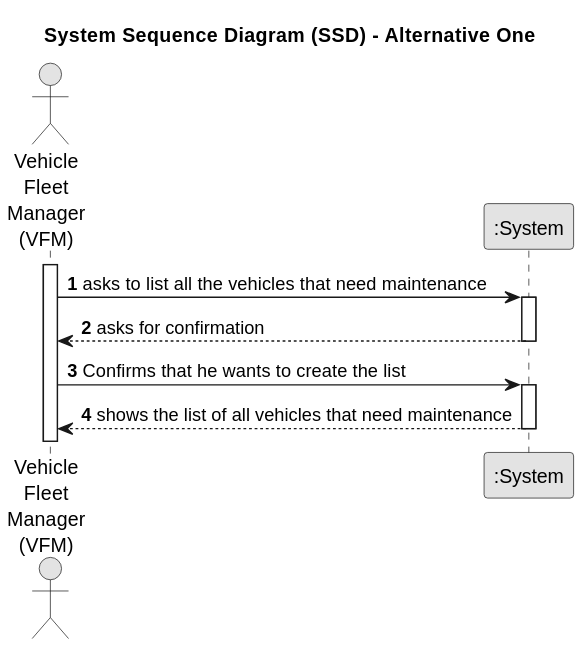
The PlantUML diagram docs/sprintB/us008/01.requirements-engineering/svg/us008-system-sequence-diagram-alternative-one.svg in diogoveirospro/lei-24-s2-1dg-g072, before a commit.
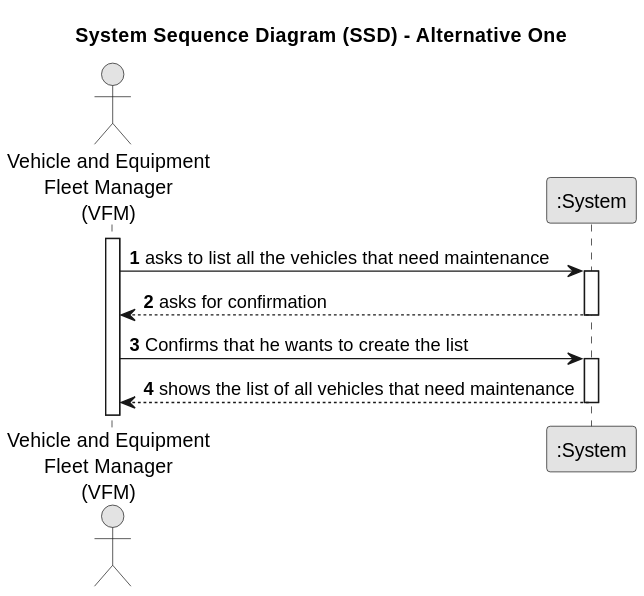
The same file after the commit.

The edit, as a diff of the source:
```diff
@@ -7,7 +7,7 @@
 
 autonumber
 
-actor "Vehicle\nFleet\nManager\n(VFM)" as Employee
+actor "Vehicle and Equipment\nFleet Manager\n(VFM)" as Employee
 participant ":System" as System
 
 activate Employee
```
